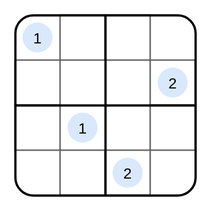
potassco/asplain keeps this draw.io diagram as docs/assets/images/sudoku.svg. Above is the earlier version. Source tidied: cells renumbered, new cells last; positions are measured from the earlier drawing's top-left corner, leaving out a move shared by most shapes. Source of this version:
```xml
<mxGraphModel>
  <root>
    <mxCell id="0" />
    <mxCell id="1" parent="0" />
    <mxCell id="2" style="rounded=0;whiteSpace=wrap;html=1;fillColor=none;fontColor=#333333;strokeColor=light-dark(#666666,#78909C);" parent="1" vertex="1">
      <mxGeometry x="90" y="30" width="30" height="30" as="geometry" />
    </mxCell>
    <mxCell id="3" style="rounded=0;whiteSpace=wrap;html=1;fillColor=none;fontColor=#333333;strokeColor=light-dark(#666666,#78909C);" parent="1" vertex="1">
      <mxGeometry y="60" width="30" height="30" as="geometry" />
    </mxCell>
    <mxCell id="4" style="rounded=0;whiteSpace=wrap;html=1;fillColor=none;fontColor=#333333;strokeColor=light-dark(#666666,#78909C);" parent="1" vertex="1">
      <mxGeometry x="90" y="60" width="30" height="30" as="geometry" />
    </mxCell>
    <mxCell id="5" style="rounded=0;whiteSpace=wrap;html=1;fillColor=none;fontColor=#333333;strokeColor=light-dark(#666666,#78909C);" parent="1" vertex="1">
      <mxGeometry x="60" y="90" width="30" height="30" as="geometry" />
    </mxCell>
    <mxCell id="6" value="2" style="ellipse;whiteSpace=wrap;html=1;fillColor=#dae8fc;strokeColor=none;fontFamily=JetBrains Mono;fontSource=https%3A%2F%2Ffonts.googleapis.com%2Fcss%3Ffamily%3DJetBrains%2BMono;fontSize=10;" parent="1" vertex="1">
      <mxGeometry x="95" y="35" width="20" height="20" as="geometry" />
    </mxCell>
    <mxCell id="7" value="1" style="ellipse;whiteSpace=wrap;html=1;fillColor=#dae8fc;strokeColor=none;fontFamily=JetBrains Mono;fontSource=https%3A%2F%2Ffonts.googleapis.com%2Fcss%3Ffamily%3DJetBrains%2BMono;fontSize=10;" parent="1" vertex="1">
      <mxGeometry x="5" y="5" width="20" height="20" as="geometry" />
    </mxCell>
    <mxCell id="8" value="1" style="ellipse;whiteSpace=wrap;html=1;fillColor=#dae8fc;strokeColor=none;fontFamily=JetBrains Mono;fontSource=https%3A%2F%2Ffonts.googleapis.com%2Fcss%3Ffamily%3DJetBrains%2BMono;fontSize=10;" parent="1" vertex="1">
      <mxGeometry x="35" y="65" width="20" height="20" as="geometry" />
    </mxCell>
    <mxCell id="9" value="2" style="ellipse;whiteSpace=wrap;html=1;fillColor=#dae8fc;strokeColor=none;fontFamily=JetBrains Mono;fontSource=https%3A%2F%2Ffonts.googleapis.com%2Fcss%3Ffamily%3DJetBrains%2BMono;fontSize=10;" parent="1" vertex="1">
      <mxGeometry x="65" y="95" width="20" height="20" as="geometry" />
    </mxCell>
    <mxCell id="10" style="rounded=0;whiteSpace=wrap;html=1;fillColor=none;fontColor=#333333;strokeColor=light-dark(#666666,#78909C);" parent="1" vertex="1">
      <mxGeometry x="60" width="30" height="30" as="geometry" />
    </mxCell>
    <mxCell id="11" style="rounded=0;whiteSpace=wrap;html=1;fillColor=none;fontColor=#333333;strokeColor=light-dark(#666666,#78909C);" parent="1" vertex="1">
      <mxGeometry x="30" width="30" height="30" as="geometry" />
    </mxCell>
    <mxCell id="12" style="rounded=0;whiteSpace=wrap;html=1;fillColor=none;fontColor=#333333;strokeColor=light-dark(#666666,#78909C);" parent="1" vertex="1">
      <mxGeometry y="30" width="30" height="30" as="geometry" />
    </mxCell>
    <mxCell id="13" style="rounded=0;whiteSpace=wrap;html=1;fillColor=none;fontColor=#333333;strokeColor=light-dark(#666666,#78909C);" parent="1" vertex="1">
      <mxGeometry x="30" y="90" width="30" height="30" as="geometry" />
    </mxCell>
    <mxCell id="14" style="rounded=1;whiteSpace=wrap;html=1;fillColor=none;arcSize=10;strokeWidth=1.5;strokeColor=light-dark(#000000,#B0BEC5);" parent="1" vertex="1">
      <mxGeometry width="120" height="120" as="geometry" />
    </mxCell>
    <mxCell id="15" style="endArrow=none;html=1;rounded=0;entryX=0.5;entryY=0;entryDx=0;entryDy=0;exitX=0.5;exitY=1;exitDx=0;exitDy=0;strokeWidth=1.5;strokeColor=light-dark(#000000,#B0BEC5);" parent="1" edge="1" source="14" target="14">
      <mxGeometry relative="1" as="geometry" />
    </mxCell>
    <mxCell id="16" style="endArrow=none;html=1;rounded=0;entryX=1;entryY=0.5;entryDx=0;entryDy=0;exitX=0;exitY=0.5;exitDx=0;exitDy=0;strokeWidth=1.5;strokeColor=light-dark(#000000,#B0BEC5);" parent="1" edge="1" source="14" target="14">
      <mxGeometry relative="1" as="geometry" />
    </mxCell>
  </root>
</mxGraphModel>
```
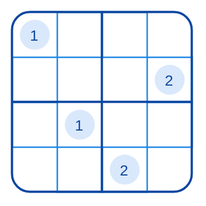
After the commit.

The edit, as a diff of the source:
```diff
@@ -2,49 +2,49 @@
   <root>
     <mxCell id="0" />
     <mxCell id="1" parent="0" />
-    <mxCell id="2" style="rounded=0;whiteSpace=wrap;html=1;fillColor=none;fontColor=#333333;strokeColor=light-dark(#666666,#78909C);" parent="1" vertex="1">
+    <mxCell id="2" style="rounded=0;whiteSpace=wrap;html=1;fillColor=none;fontColor=#333333;strokeColor=light-dark(#1E88E5,#78909C);" parent="1" vertex="1">
       <mxGeometry x="90" y="30" width="30" height="30" as="geometry" />
     </mxCell>
-    <mxCell id="3" style="rounded=0;whiteSpace=wrap;html=1;fillColor=none;fontColor=#333333;strokeColor=light-dark(#666666,#78909C);" parent="1" vertex="1">
+    <mxCell id="3" style="rounded=0;whiteSpace=wrap;html=1;fillColor=none;fontColor=#333333;strokeColor=light-dark(#1E88E5,#78909C);" parent="1" vertex="1">
       <mxGeometry y="60" width="30" height="30" as="geometry" />
     </mxCell>
-    <mxCell id="4" style="rounded=0;whiteSpace=wrap;html=1;fillColor=none;fontColor=#333333;strokeColor=light-dark(#666666,#78909C);" parent="1" vertex="1">
+    <mxCell id="4" style="rounded=0;whiteSpace=wrap;html=1;fillColor=none;fontColor=#333333;strokeColor=light-dark(#1E88E5,#78909C);" parent="1" vertex="1">
       <mxGeometry x="90" y="60" width="30" height="30" as="geometry" />
     </mxCell>
-    <mxCell id="5" style="rounded=0;whiteSpace=wrap;html=1;fillColor=none;fontColor=#333333;strokeColor=light-dark(#666666,#78909C);" parent="1" vertex="1">
+    <mxCell id="5" style="rounded=0;whiteSpace=wrap;html=1;fillColor=none;fontColor=#333333;strokeColor=light-dark(#1E88E5,#78909C);" parent="1" vertex="1">
       <mxGeometry x="60" y="90" width="30" height="30" as="geometry" />
     </mxCell>
-    <mxCell id="6" value="2" style="ellipse;whiteSpace=wrap;html=1;fillColor=#dae8fc;strokeColor=none;fontFamily=JetBrains Mono;fontSource=https%3A%2F%2Ffonts.googleapis.com%2Fcss%3Ffamily%3DJetBrains%2BMono;fontSize=10;" parent="1" vertex="1">
+    <mxCell id="6" value="2" style="ellipse;whiteSpace=wrap;html=1;fillColor=#DAE8FC;strokeColor=none;fontFamily=JetBrains Mono;fontSource=https%3A%2F%2Ffonts.googleapis.com%2Fcss%3Ffamily%3DJetBrains%2BMono;fontSize=10;fontColor=#0D47A1;" parent="1" vertex="1">
       <mxGeometry x="95" y="35" width="20" height="20" as="geometry" />
     </mxCell>
-    <mxCell id="7" value="1" style="ellipse;whiteSpace=wrap;html=1;fillColor=#dae8fc;strokeColor=none;fontFamily=JetBrains Mono;fontSource=https%3A%2F%2Ffonts.googleapis.com%2Fcss%3Ffamily%3DJetBrains%2BMono;fontSize=10;" parent="1" vertex="1">
+    <mxCell id="7" value="1" style="ellipse;whiteSpace=wrap;html=1;fillColor=#DAE8FC;strokeColor=none;fontFamily=JetBrains Mono;fontSource=https%3A%2F%2Ffonts.googleapis.com%2Fcss%3Ffamily%3DJetBrains%2BMono;fontSize=10;fontColor=#0D47A1;" parent="1" vertex="1">
       <mxGeometry x="5" y="5" width="20" height="20" as="geometry" />
     </mxCell>
-    <mxCell id="8" value="1" style="ellipse;whiteSpace=wrap;html=1;fillColor=#dae8fc;strokeColor=none;fontFamily=JetBrains Mono;fontSource=https%3A%2F%2Ffonts.googleapis.com%2Fcss%3Ffamily%3DJetBrains%2BMono;fontSize=10;" parent="1" vertex="1">
+    <mxCell id="8" value="1" style="ellipse;whiteSpace=wrap;html=1;fillColor=#DAE8FC;strokeColor=none;fontFamily=JetBrains Mono;fontSource=https%3A%2F%2Ffonts.googleapis.com%2Fcss%3Ffamily%3DJetBrains%2BMono;fontSize=10;fontColor=#0D47A1;" parent="1" vertex="1">
       <mxGeometry x="35" y="65" width="20" height="20" as="geometry" />
     </mxCell>
-    <mxCell id="9" value="2" style="ellipse;whiteSpace=wrap;html=1;fillColor=#dae8fc;strokeColor=none;fontFamily=JetBrains Mono;fontSource=https%3A%2F%2Ffonts.googleapis.com%2Fcss%3Ffamily%3DJetBrains%2BMono;fontSize=10;" parent="1" vertex="1">
+    <mxCell id="9" value="2" style="ellipse;whiteSpace=wrap;html=1;fillColor=#DAE8FC;strokeColor=none;fontFamily=JetBrains Mono;fontSource=https%3A%2F%2Ffonts.googleapis.com%2Fcss%3Ffamily%3DJetBrains%2BMono;fontSize=10;fontColor=#0D47A1;" parent="1" vertex="1">
       <mxGeometry x="65" y="95" width="20" height="20" as="geometry" />
     </mxCell>
-    <mxCell id="10" style="rounded=0;whiteSpace=wrap;html=1;fillColor=none;fontColor=#333333;strokeColor=light-dark(#666666,#78909C);" parent="1" vertex="1">
+    <mxCell id="10" style="rounded=0;whiteSpace=wrap;html=1;fillColor=none;fontColor=#333333;strokeColor=light-dark(#1E88E5,#78909C);" parent="1" vertex="1">
       <mxGeometry x="60" width="30" height="30" as="geometry" />
     </mxCell>
-    <mxCell id="11" style="rounded=0;whiteSpace=wrap;html=1;fillColor=none;fontColor=#333333;strokeColor=light-dark(#666666,#78909C);" parent="1" vertex="1">
+    <mxCell id="11" style="rounded=0;whiteSpace=wrap;html=1;fillColor=none;fontColor=#333333;strokeColor=light-dark(#1E88E5,#78909C);" parent="1" vertex="1">
       <mxGeometry x="30" width="30" height="30" as="geometry" />
     </mxCell>
-    <mxCell id="12" style="rounded=0;whiteSpace=wrap;html=1;fillColor=none;fontColor=#333333;strokeColor=light-dark(#666666,#78909C);" parent="1" vertex="1">
+    <mxCell id="12" style="rounded=0;whiteSpace=wrap;html=1;fillColor=none;fontColor=#333333;strokeColor=light-dark(#1E88E5,#78909C);" parent="1" vertex="1">
       <mxGeometry y="30" width="30" height="30" as="geometry" />
     </mxCell>
-    <mxCell id="13" style="rounded=0;whiteSpace=wrap;html=1;fillColor=none;fontColor=#333333;strokeColor=light-dark(#666666,#78909C);" parent="1" vertex="1">
+    <mxCell id="13" style="rounded=0;whiteSpace=wrap;html=1;fillColor=none;fontColor=#333333;strokeColor=light-dark(#1E88E5,#78909C);" parent="1" vertex="1">
       <mxGeometry x="30" y="90" width="30" height="30" as="geometry" />
     </mxCell>
-    <mxCell id="14" style="rounded=1;whiteSpace=wrap;html=1;fillColor=none;arcSize=10;strokeWidth=1.5;strokeColor=light-dark(#000000,#B0BEC5);" parent="1" vertex="1">
+    <mxCell id="14" style="rounded=1;whiteSpace=wrap;html=1;fillColor=none;arcSize=10;strokeWidth=1.5;strokeColor=light-dark(#0D47A1,#B0BEC5);" parent="1" vertex="1">
       <mxGeometry width="120" height="120" as="geometry" />
     </mxCell>
-    <mxCell id="15" style="endArrow=none;html=1;rounded=0;entryX=0.5;entryY=0;entryDx=0;entryDy=0;exitX=0.5;exitY=1;exitDx=0;exitDy=0;strokeWidth=1.5;strokeColor=light-dark(#000000,#B0BEC5);" parent="1" edge="1" source="14" target="14">
+    <mxCell id="15" style="endArrow=none;html=1;rounded=0;entryX=0.5;entryY=0;entryDx=0;entryDy=0;exitX=0.5;exitY=1;exitDx=0;exitDy=0;strokeWidth=1.5;strokeColor=light-dark(#0D47A1,#B0BEC5);" parent="1" edge="1" source="14" target="14">
       <mxGeometry relative="1" as="geometry" />
     </mxCell>
-    <mxCell id="16" style="endArrow=none;html=1;rounded=0;entryX=1;entryY=0.5;entryDx=0;entryDy=0;exitX=0;exitY=0.5;exitDx=0;exitDy=0;strokeWidth=1.5;strokeColor=light-dark(#000000,#B0BEC5);" parent="1" edge="1" source="14" target="14">
+    <mxCell id="16" style="endArrow=none;html=1;rounded=0;entryX=1;entryY=0.5;entryDx=0;entryDy=0;exitX=0;exitY=0.5;exitDx=0;exitDy=0;strokeWidth=1.5;strokeColor=light-dark(#0D47A1,#B0BEC5);" parent="1" edge="1" source="14" target="14">
       <mxGeometry relative="1" as="geometry" />
     </mxCell>
   </root>
```
